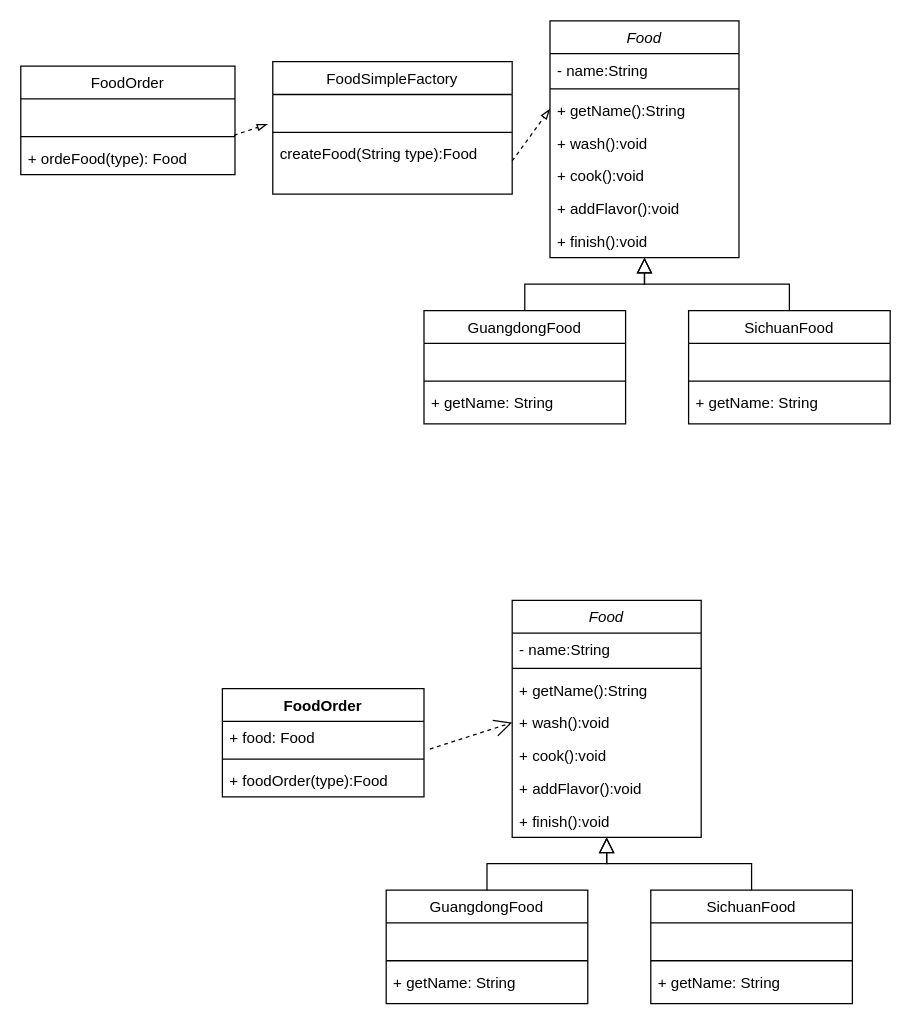
Above: pattern_design.drawio in choustark/j_pattern (draw.io), before the change. Source tidied: cells renumbered, new cells numbered last; positions are measured from the earlier drawing's top-left corner, leaving out a move shared by most shapes. Both pictures are drawn from the tidied source at 126%, with x=0, y=0 at pixel (20, 20).
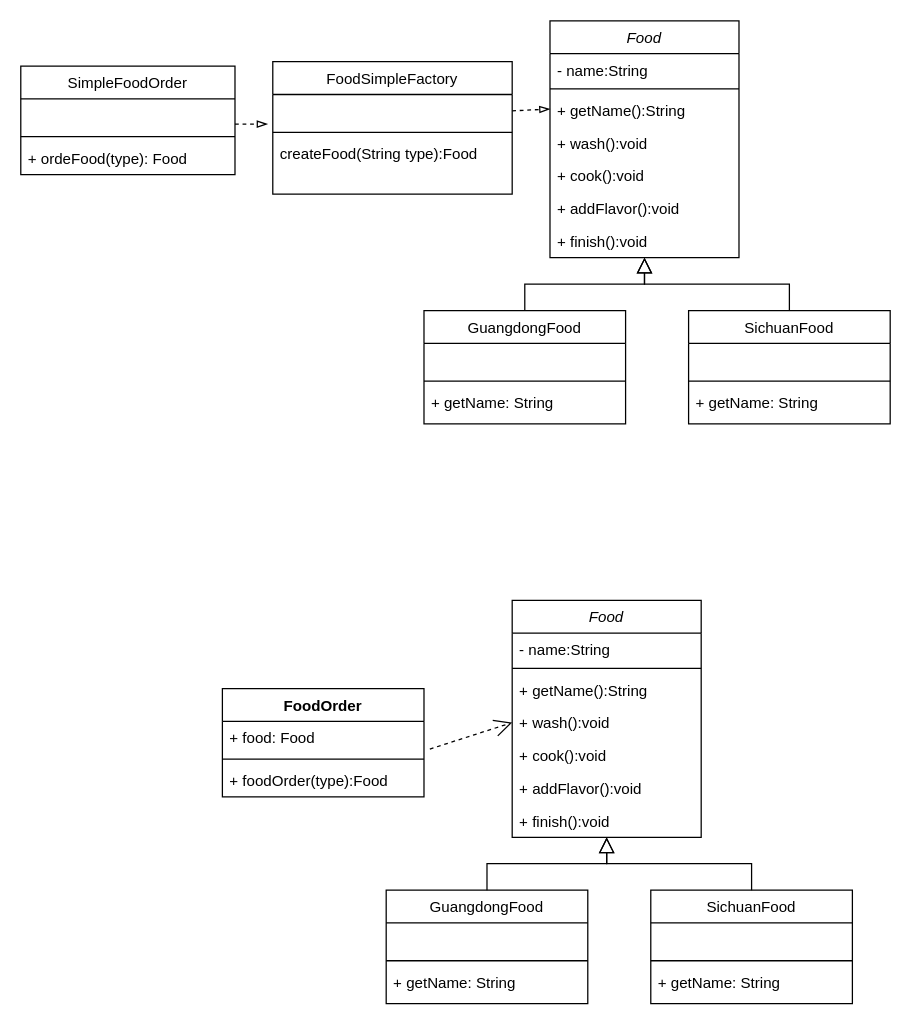
Above is the later version.

The change refers to these unchanged cells:
```xml
<mxCell id="20" value="FoodSimpleFactory" style="swimlane;fontStyle=0;align=center;verticalAlign=top;horizontal=1;startSize=26;rounded=0;shadow=0;strokeWidth=1;" parent="1" vertex="1">
  <mxGeometry x="200" y="32.5" width="190" height="105" as="geometry" />
</mxCell>
<mxCell id="21" value=" " style="text;strokeColor=none;fillColor=none;align=left;verticalAlign=top;spacingLeft=4;spacingRight=4;overflow=hidden;points=[[0,0.5],[1,0.5]];portConstraint=eastwest;" parent="20" vertex="1">
  <mxGeometry y="26" width="190" height="26" as="geometry" />
</mxCell>
<mxCell id="27" style="line;strokeWidth=1;fillColor=none;align=left;verticalAlign=middle;spacingTop=-1;spacingLeft=3;spacingRight=3;labelPosition=right;points=[];portConstraint=eastwest;strokeColor=inherit;" parent="25" vertex="1">
  <mxGeometry y="52" width="170" height="8" as="geometry" />
</mxCell>
```

Diff of the diagram source:
```diff
@@
-    <mxCell id="24" style="endArrow=blockThin;html=1;rounded=0;dashed=1;endFill=0;exitX=1;exitY=0.75;exitDx=0;exitDy=0;" parent="1" edge="1" source="20">
+    <mxCell id="24" style="endArrow=blockThin;html=1;rounded=0;dashed=1;endFill=0;exitX=1;exitY=0.5;exitDx=0;exitDy=0;" parent="1" edge="1" source="21">
       <mxGeometry relative="1" as="geometry">
         <mxPoint x="420" y="70" as="targetPoint" />
       </mxGeometry>
     </mxCell>
-    <mxCell id="25" value="FoodOrder" style="swimlane;fontStyle=0;align=center;verticalAlign=top;horizontal=1;startSize=26;" parent="1" vertex="1">
+    <mxCell id="25" value="SimpleFoodOrder" style="swimlane;fontStyle=0;align=center;verticalAlign=top;horizontal=1;startSize=26;" parent="1" vertex="1">
       <mxGeometry y="36" width="170" height="86" as="geometry" />
     </mxCell>
@@
-    <mxCell id="29" style="endArrow=blockThin;html=1;rounded=0;dashed=1;endFill=0;entryX=-0.022;entryY=0.903;entryDx=0;entryDy=0;entryPerimeter=0;exitX=0.995;exitY=0.362;exitDx=0;exitDy=0;exitPerimeter=0;" parent="1" edge="1" source="27" target="21">
-      <mxGeometry relative="1" as="geometry" />
+    <mxCell id="29" style="endArrow=blockThin;html=1;rounded=0;dashed=1;endFill=0;entryX=-0.022;entryY=0.903;entryDx=0;entryDy=0;entryPerimeter=0;" parent="1" edge="1" target="21">
+      <mxGeometry relative="1" as="geometry">
+        <mxPoint x="170" y="82" as="sourcePoint" />
+      </mxGeometry>
     </mxCell>
```
